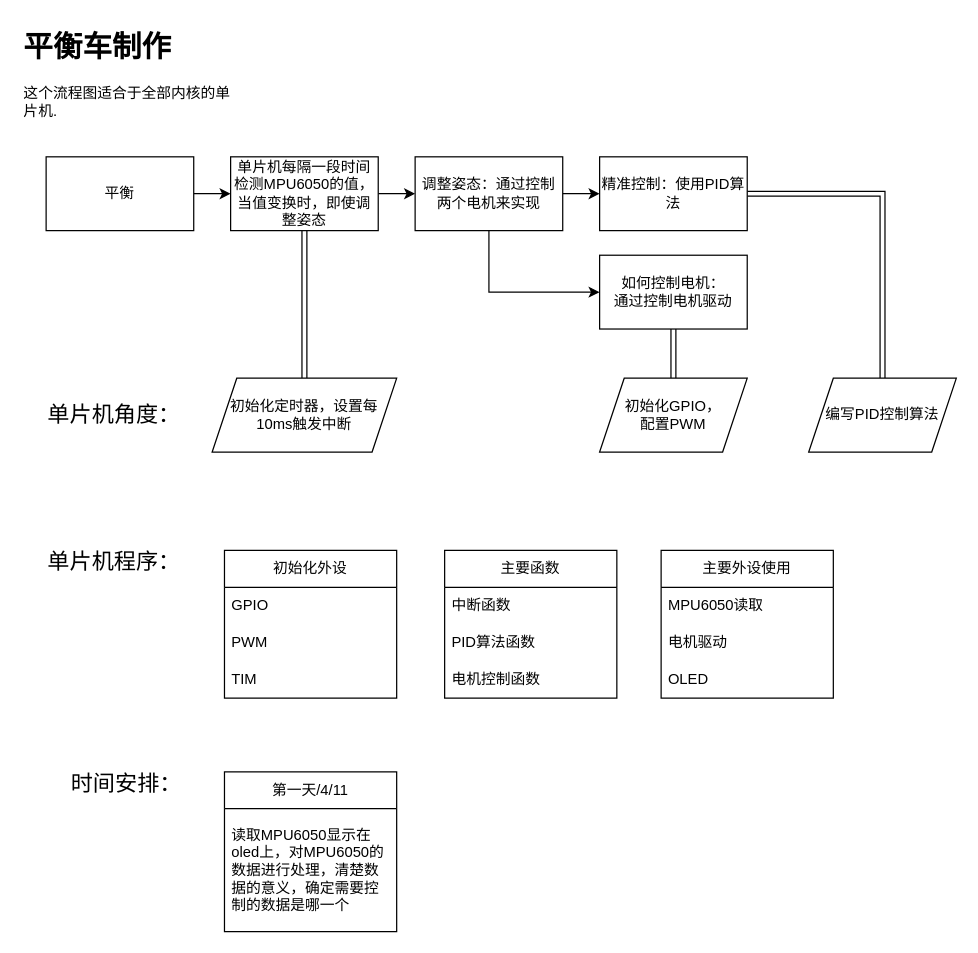
Earlier version of the draw.io diagram 流程图/平衡车.drawio (mlhua/hua). Source tidied: cells renumbered, new cells numbered last; positions are measured from the earlier drawing's top-left corner, leaving out a move shared by most shapes. Both pictures are drawn from the tidied source at 123%, with x=0, y=0 at pixel (21, 21).
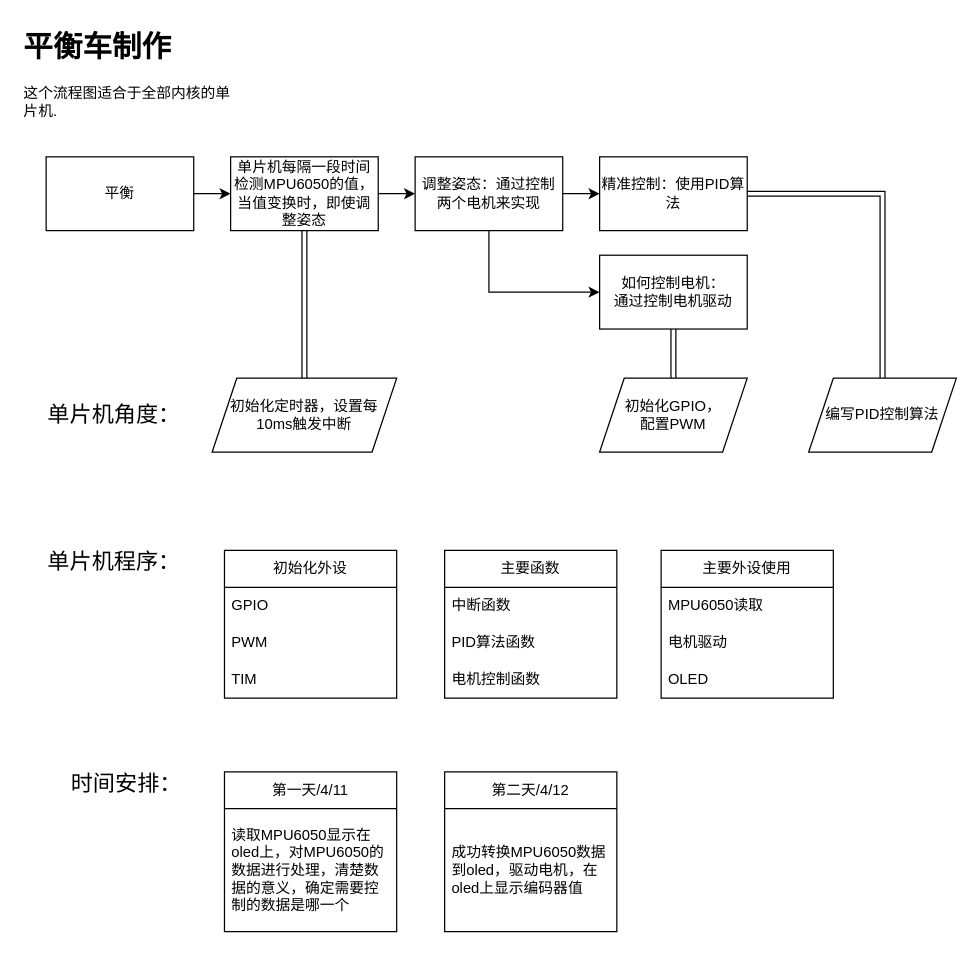
After the change.

Commit message:
更新平衡车.drawio

Change to the diagram source:
```diff
@@
+    <mxCell id="35" value="第二天/4/12" style="swimlane;fontStyle=0;horizontal=1;startSize=30;whiteSpace=wrap;html=1;" parent="1" vertex="1">
+      <mxGeometry x="344" y="610" width="140" height="130" as="geometry" />
+    </mxCell>
+    <mxCell id="36" value="成功转换MPU6050数据到oled，驱动电机，在oled上显示编码器值" style="text;strokeColor=none;fillColor=none;align=left;verticalAlign=middle;spacingLeft=4;spacingRight=4;overflow=hidden;whiteSpace=wrap;html=1;" parent="35" vertex="1">
+      <mxGeometry y="30" width="140" height="100" as="geometry" />
+    </mxCell>
```
